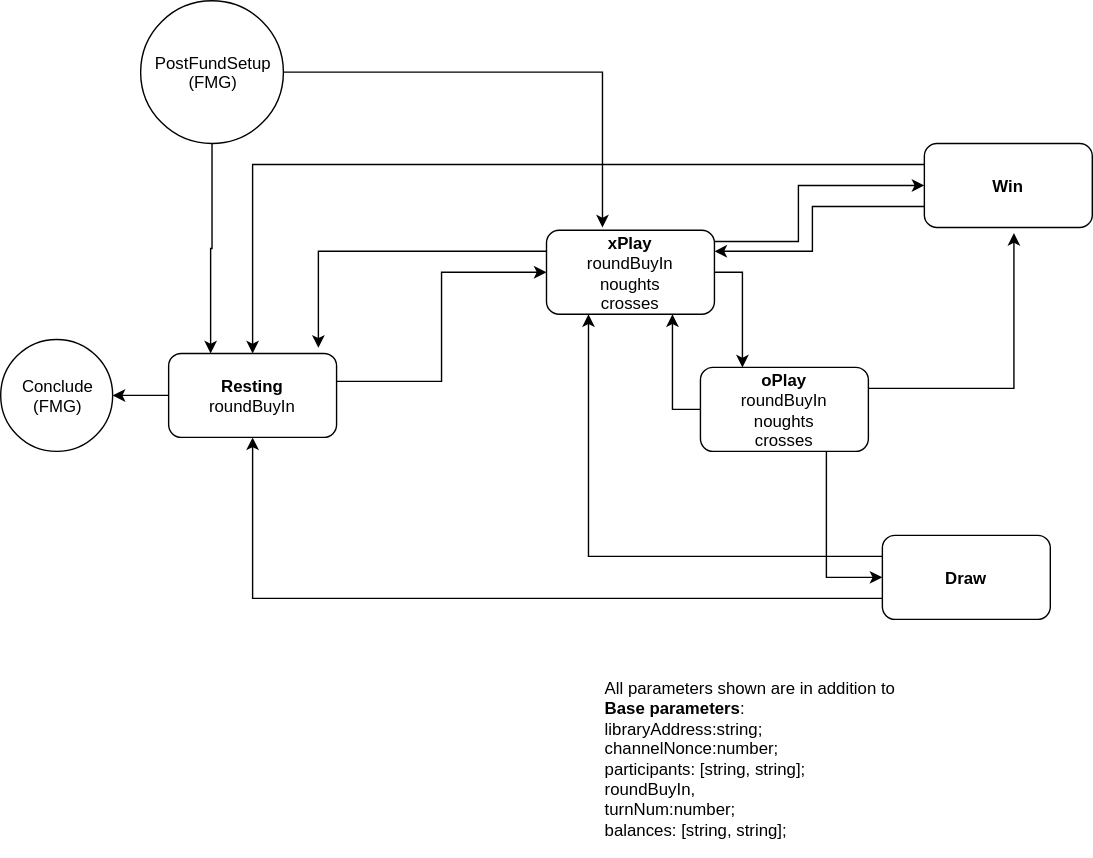
Earlier version of the draw.io export packages/tictactoe/notes/TicTacToe.svg (magmo/apps). Source tidied: cells renumbered, new cells last; positions are measured from the earlier drawing's top-left corner, leaving out a move shared by most shapes.
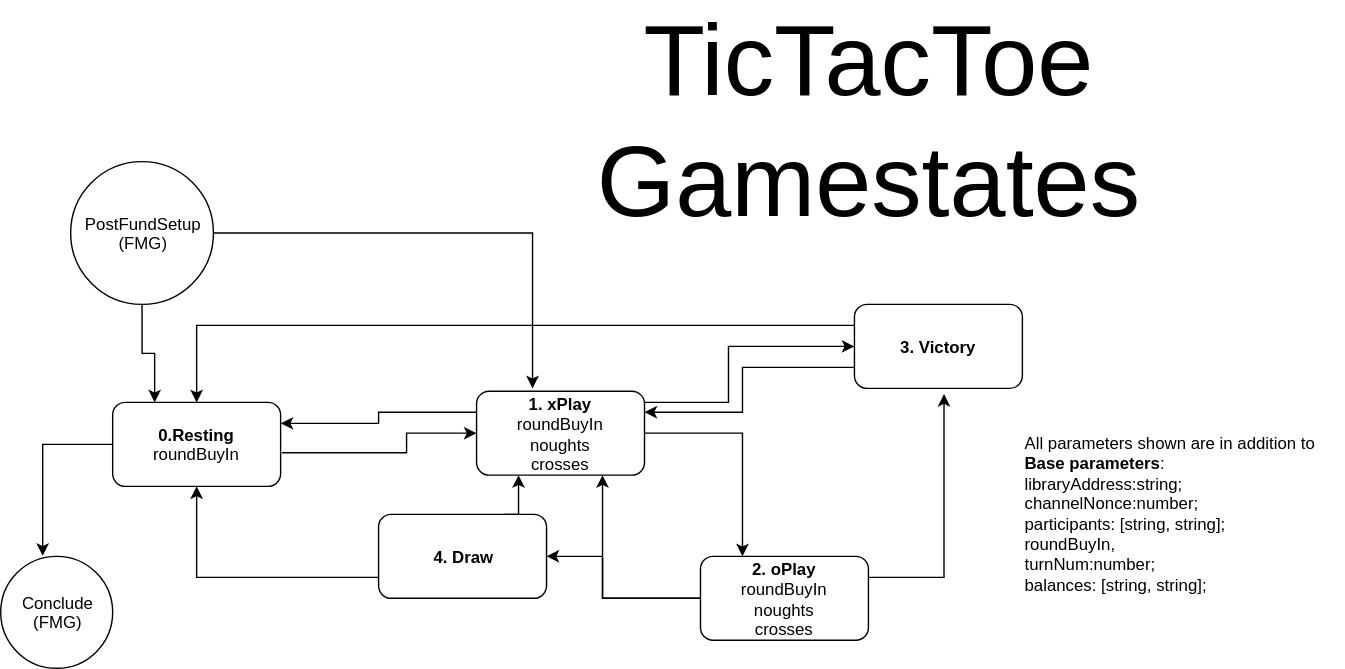
Later version of the same file.

Change to the diagram source:
```diff
@@ -2,85 +2,98 @@
   <root>
     <mxCell id="0" />
     <mxCell id="1" parent="0" />
-    <mxCell id="2" style="edgeStyle=orthogonalEdgeStyle;rounded=0;html=1;jettySize=auto;entryX=0;entryY=0.5;" parent="1" edge="1" target="23">
+    <mxCell id="2" style="edgeStyle=orthogonalEdgeStyle;rounded=0;html=1;jettySize=auto;entryX=0;entryY=0.5;exitX=1.008;exitY=0.6;exitPerimeter=0;" parent="1" edge="1" source="13" target="24">
       <mxGeometry relative="1" as="geometry">
-        <mxPoint x="240" y="272" as="sourcePoint" />
+        <Array as="points">
+          <mxPoint x="-378" y="360" />
+          <mxPoint x="-378" y="346" />
+        </Array>
       </mxGeometry>
     </mxCell>
-    <mxCell id="3" style="edgeStyle=orthogonalEdgeStyle;rounded=0;html=1;jettySize=auto;entryX=0.75;entryY=1;exitX=0;exitY=0.5;" parent="1" edge="1" source="5" target="23">
+    <mxCell id="3" style="edgeStyle=orthogonalEdgeStyle;rounded=0;html=1;jettySize=auto;entryX=0.75;entryY=1;exitX=0;exitY=0.5;" parent="1" edge="1" source="5" target="24">
       <mxGeometry relative="1" as="geometry" />
     </mxCell>
     <mxCell id="4" style="edgeStyle=orthogonalEdgeStyle;rounded=0;html=1;exitX=1;exitY=0.25;entryX=0.535;entryY=1.059;entryPerimeter=0;jettySize=auto;" parent="1" edge="1" source="5" target="9">
       <mxGeometry relative="1" as="geometry" />
     </mxCell>
-    <mxCell id="5" value="&lt;b&gt;oPlay&lt;br&gt;&lt;/b&gt;roundBuyIn&lt;br&gt;noughts&lt;br&gt;crosses&lt;br&gt;" style="rounded=1;whiteSpace=wrap;html=1;" parent="1" vertex="1">
-      <mxGeometry x="500" y="262" width="120" height="60" as="geometry" />
+    <mxCell id="5" value="&lt;b&gt;2. oPlay&lt;br&gt;&lt;/b&gt;roundBuyIn&lt;br&gt;noughts&lt;br&gt;crosses&lt;br&gt;" style="rounded=1;whiteSpace=wrap;html=1;" parent="1" vertex="1">
+      <mxGeometry x="-168" y="434" width="120" height="60" as="geometry" />
     </mxCell>
     <mxCell id="6" style="edgeStyle=orthogonalEdgeStyle;rounded=0;html=1;entryX=0.5;entryY=0;jettySize=auto;exitX=0;exitY=0.25;" parent="1" edge="1" source="9" target="13">
       <mxGeometry relative="1" as="geometry" />
     </mxCell>
-    <mxCell id="7" style="edgeStyle=orthogonalEdgeStyle;rounded=0;html=1;entryX=1;entryY=0.5;jettySize=auto;exitX=0;exitY=0.5;" parent="1" edge="1" source="13" target="18">
-      <mxGeometry relative="1" as="geometry" />
+    <mxCell id="7" style="edgeStyle=orthogonalEdgeStyle;rounded=0;html=1;entryX=1;entryY=0.5;jettySize=auto;exitX=0;exitY=0.5;" parent="1" edge="1" source="13">
+      <mxGeometry relative="1" as="geometry">
+        <mxPoint x="-638" y="433.7" as="targetPoint" />
+      </mxGeometry>
     </mxCell>
-    <mxCell id="8" style="edgeStyle=orthogonalEdgeStyle;rounded=0;html=1;exitX=0;exitY=0.75;entryX=1;entryY=0.25;startArrow=none;startFill=0;jettySize=auto;" parent="1" edge="1" source="9" target="23">
+    <mxCell id="8" style="edgeStyle=orthogonalEdgeStyle;rounded=0;html=1;exitX=0;exitY=0.75;entryX=1;entryY=0.25;startArrow=none;startFill=0;jettySize=auto;" parent="1" edge="1" source="9" target="24">
       <mxGeometry relative="1" as="geometry">
         <Array as="points">
-          <mxPoint x="580" y="147" />
-          <mxPoint x="580" y="179" />
+          <mxPoint x="-138" y="299" />
+          <mxPoint x="-138" y="331" />
         </Array>
       </mxGeometry>
     </mxCell>
-    <mxCell id="9" value="&lt;b&gt;Win&lt;/b&gt;" style="rounded=1;whiteSpace=wrap;html=1;" parent="1" vertex="1">
-      <mxGeometry x="660" y="102" width="120" height="60" as="geometry" />
+    <mxCell id="9" value="&lt;b&gt;3. Victory&lt;/b&gt;" style="rounded=1;whiteSpace=wrap;html=1;" parent="1" vertex="1">
+      <mxGeometry x="-58" y="254" width="120" height="60" as="geometry" />
     </mxCell>
     <mxCell id="10" style="edgeStyle=orthogonalEdgeStyle;rounded=0;html=1;entryX=0.5;entryY=1;jettySize=auto;exitX=0;exitY=0.75;" parent="1" edge="1" source="12" target="13">
       <mxGeometry relative="1" as="geometry" />
     </mxCell>
-    <mxCell id="11" style="edgeStyle=orthogonalEdgeStyle;rounded=0;html=1;exitX=0;exitY=0.25;entryX=0.25;entryY=1;startArrow=none;startFill=0;jettySize=auto;" parent="1" edge="1" source="12" target="23">
+    <mxCell id="11" style="edgeStyle=orthogonalEdgeStyle;rounded=0;html=1;exitX=0.75;exitY=0;entryX=0.25;entryY=1;startArrow=none;startFill=0;jettySize=auto;" parent="1" edge="1" source="12" target="24">
       <mxGeometry relative="1" as="geometry" />
     </mxCell>
-    <mxCell id="12" value="&lt;b&gt;Draw&lt;/b&gt;" style="rounded=1;whiteSpace=wrap;html=1;" parent="1" vertex="1">
-      <mxGeometry x="630" y="382" width="120" height="60" as="geometry" />
+    <mxCell id="12" value="&lt;b&gt;4. Draw&lt;/b&gt;" style="rounded=1;whiteSpace=wrap;html=1;" parent="1" vertex="1">
+      <mxGeometry x="-398" y="404" width="120" height="60" as="geometry" />
     </mxCell>
-    <mxCell id="13" value="&lt;b&gt;Resting&lt;br&gt;&lt;/b&gt;&lt;div&gt;roundBuyIn&lt;/div&gt;" style="rounded=1;whiteSpace=wrap;html=1;" parent="1" vertex="1">
-      <mxGeometry x="120" y="252" width="120" height="60" as="geometry" />
+    <mxCell id="13" value="&lt;b&gt;0.Resting&lt;br&gt;&lt;/b&gt;&lt;div&gt;roundBuyIn&lt;/div&gt;" style="rounded=1;whiteSpace=wrap;html=1;" parent="1" vertex="1">
+      <mxGeometry x="-588" y="324" width="120" height="60" as="geometry" />
     </mxCell>
     <mxCell id="14" value="All parameters shown are in addition to &lt;br&gt;&lt;b&gt;Base parameters&lt;/b&gt;:&lt;br&gt;&lt;div&gt;&lt;div&gt;  libraryAddress&lt;span&gt;:&lt;/span&gt;&lt;span&gt;string&lt;/span&gt;;&lt;/div&gt;&lt;div&gt;  channelNonce&lt;span&gt;:&lt;/span&gt;&lt;span&gt;number&lt;/span&gt;;&lt;/div&gt;&lt;div&gt;  participants&lt;span&gt;:&lt;/span&gt; [&lt;span&gt;string&lt;/span&gt;, &lt;span&gt;string&lt;/span&gt;];&lt;/div&gt;&lt;div&gt;roundBuyIn,&lt;/div&gt;&lt;div&gt;  turnNum&lt;span&gt;:&lt;/span&gt;&lt;span&gt;number&lt;/span&gt;;&lt;/div&gt;&lt;div&gt;  balances&lt;span&gt;:&lt;/span&gt; [&lt;span&gt;string&lt;/span&gt;, &lt;span&gt;string&lt;/span&gt;];&lt;/div&gt;&lt;/div&gt;&lt;br&gt;" style="text;html=1;align=left;verticalAlign=middle;fillColor=none;strokeColor=none;rounded=0;" parent="1" vertex="1">
-      <mxGeometry x="430" y="482" width="230" height="130" as="geometry" />
+      <mxGeometry x="62" y="344" width="230" height="130" as="geometry" />
     </mxCell>
     <mxCell id="15" style="edgeStyle=orthogonalEdgeStyle;rounded=0;html=1;entryX=0.25;entryY=0;jettySize=auto;" parent="1" edge="1" source="17" target="13">
       <mxGeometry relative="1" as="geometry" />
     </mxCell>
     <mxCell id="16" style="edgeStyle=orthogonalEdgeStyle;rounded=0;html=1;jettySize=auto;" parent="1" edge="1" source="17">
       <mxGeometry relative="1" as="geometry">
-        <mxPoint x="430" y="162" as="targetPoint" />
+        <mxPoint x="-288" y="314" as="targetPoint" />
       </mxGeometry>
     </mxCell>
     <mxCell id="17" value="PostFundSetup&lt;br&gt;(FMG)&lt;br&gt;" style="ellipse;whiteSpace=wrap;html=1;" parent="1" vertex="1">
-      <mxGeometry x="100" width="102" height="102" as="geometry" />
+      <mxGeometry x="-618" y="152" width="102" height="102" as="geometry" />
     </mxCell>
     <mxCell id="18" value="Conclude&lt;br&gt;(FMG)&lt;br&gt;" style="ellipse;whiteSpace=wrap;html=1;" parent="1" vertex="1">
-      <mxGeometry y="242" width="80" height="80" as="geometry" />
+      <mxGeometry x="-668" y="434" width="80" height="80" as="geometry" />
     </mxCell>
-    <mxCell id="19" style="edgeStyle=orthogonalEdgeStyle;rounded=0;html=1;exitX=1;exitY=0.5;entryX=0.25;entryY=0;jettySize=auto;" parent="1" edge="1" source="23" target="5">
-      <mxGeometry relative="1" as="geometry" />
+    <mxCell id="19" value="&lt;font style=&quot;font-size: 72px&quot;&gt;TicTacToe Gamestates&lt;/font&gt;" style="text;html=1;strokeColor=none;fillColor=none;align=center;verticalAlign=middle;whiteSpace=wrap;rounded=0;direction=west;" parent="1" vertex="1">
+      <mxGeometry x="-68" y="112" width="40" height="20" as="geometry" />
     </mxCell>
-    <mxCell id="20" style="edgeStyle=orthogonalEdgeStyle;rounded=0;html=1;entryX=0;entryY=0.5;startArrow=none;startFill=0;jettySize=auto;" parent="1" edge="1" source="23" target="9">
-      <mxGeometry relative="1" as="geometry">
-        <Array as="points">
-          <mxPoint x="570" y="172" />
-          <mxPoint x="570" y="132" />
-        </Array>
-      </mxGeometry>
+    <mxCell id="20" style="edgeStyle=orthogonalEdgeStyle;rounded=0;html=1;exitX=1;exitY=0.5;entryX=0.25;entryY=0;jettySize=auto;" parent="1" edge="1" source="24" target="5">
+      <mxGeometry relative="1" as="geometry" />
     </mxCell>
-    <mxCell id="21" style="edgeStyle=orthogonalEdgeStyle;rounded=0;html=1;entryX=0;entryY=0.5;jettySize=auto;exitX=0.75;exitY=1;" parent="1" edge="1" source="5" target="12">
-      <mxGeometry relative="1" as="geometry" />
+    <mxCell id="21" style="edgeStyle=orthogonalEdgeStyle;rounded=0;html=1;entryX=0;entryY=0.5;startArrow=none;startFill=0;jettySize=auto;" parent="1" edge="1" source="24" target="9">
+      <mxGeometry relative="1" as="geometry">
+        <Array as="points">
+          <mxPoint x="-148" y="324" />
+          <mxPoint x="-148" y="284" />
+        </Array>
+      </mxGeometry>
     </mxCell>
-    <mxCell id="22" style="edgeStyle=orthogonalEdgeStyle;rounded=0;html=1;entryX=0.892;entryY=-0.067;entryPerimeter=0;jettySize=auto;exitX=0;exitY=0.25;" parent="1" edge="1" source="23" target="13">
-      <mxGeometry relative="1" as="geometry" />
+    <mxCell id="22" style="edgeStyle=orthogonalEdgeStyle;rounded=0;html=1;entryX=1;entryY=0.5;jettySize=auto;exitX=0;exitY=0.5;" parent="1" edge="1" source="5" target="12">
+      <mxGeometry relative="1" as="geometry">
+        <Array as="points">
+          <mxPoint x="-238" y="464" />
+          <mxPoint x="-238" y="434" />
+        </Array>
+      </mxGeometry>
     </mxCell>
-    <mxCell id="23" value="&lt;b&gt;xPlay&lt;br&gt;&lt;/b&gt;roundBuyIn&lt;br&gt;noughts&lt;br&gt;crosses&lt;br&gt;" style="rounded=1;whiteSpace=wrap;html=1;" parent="1" vertex="1">
-      <mxGeometry x="390" y="164" width="120" height="60" as="geometry" />
+    <mxCell id="23" style="edgeStyle=orthogonalEdgeStyle;rounded=0;html=1;entryX=1;entryY=0.25;jettySize=auto;exitX=0;exitY=0.25;" parent="1" edge="1" source="24" target="13">
+      <mxGeometry relative="1" as="geometry" />
     </mxCell>
+    <mxCell id="24" value="&lt;b&gt;1. xPlay&lt;br&gt;&lt;/b&gt;roundBuyIn&lt;br&gt;noughts&lt;br&gt;crosses&lt;br&gt;" style="rounded=1;whiteSpace=wrap;html=1;" parent="1" vertex="1">
+      <mxGeometry x="-328" y="316" width="120" height="60" as="geometry" />
+    </mxCell>
   </root>
 </mxGraphModel>
```
